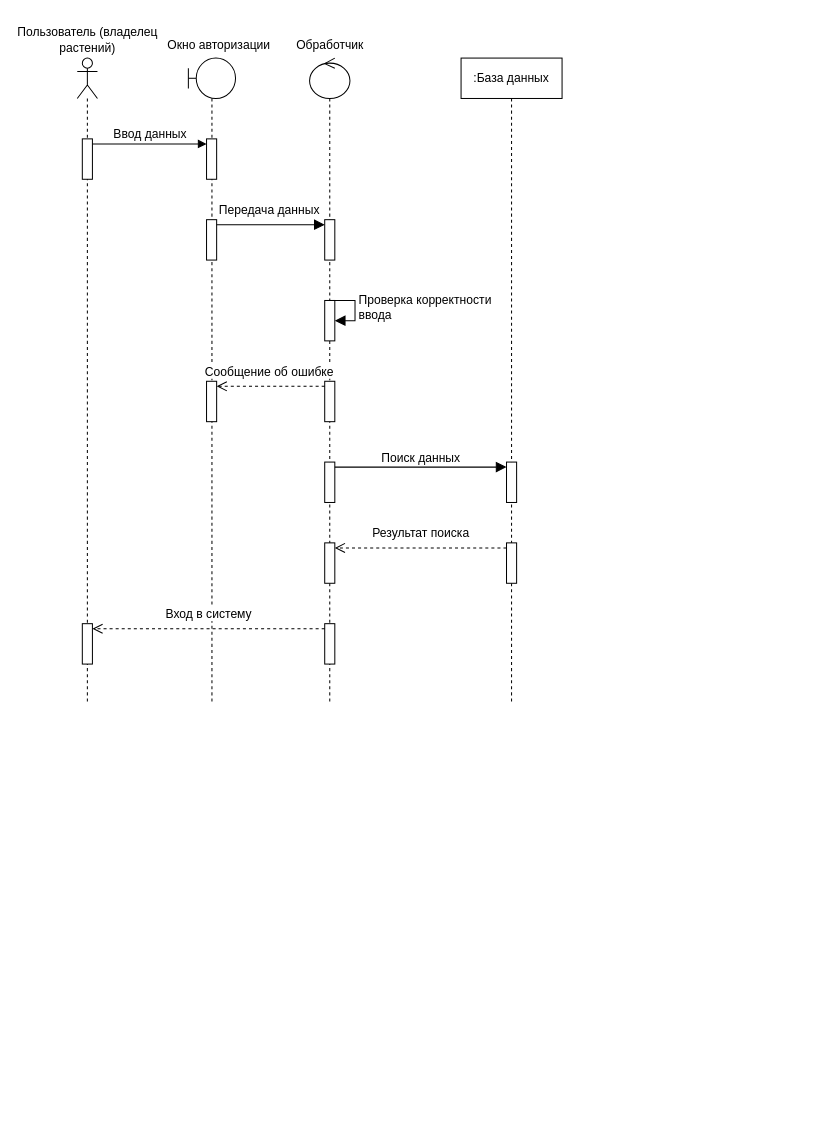
This is UML-диаграммы/Posledovatelnosti.drawio from BLOODPR1NCE/PlantDoctor, a draw.io file, before an edit. Source tidied: cells renumbered, new cells numbered last; positions are measured from the earlier drawing's top-left corner, leaving out a move shared by most shapes. Both pictures are drawn from the tidied source at 101%, with x=0, y=0 at pixel (36, 21).
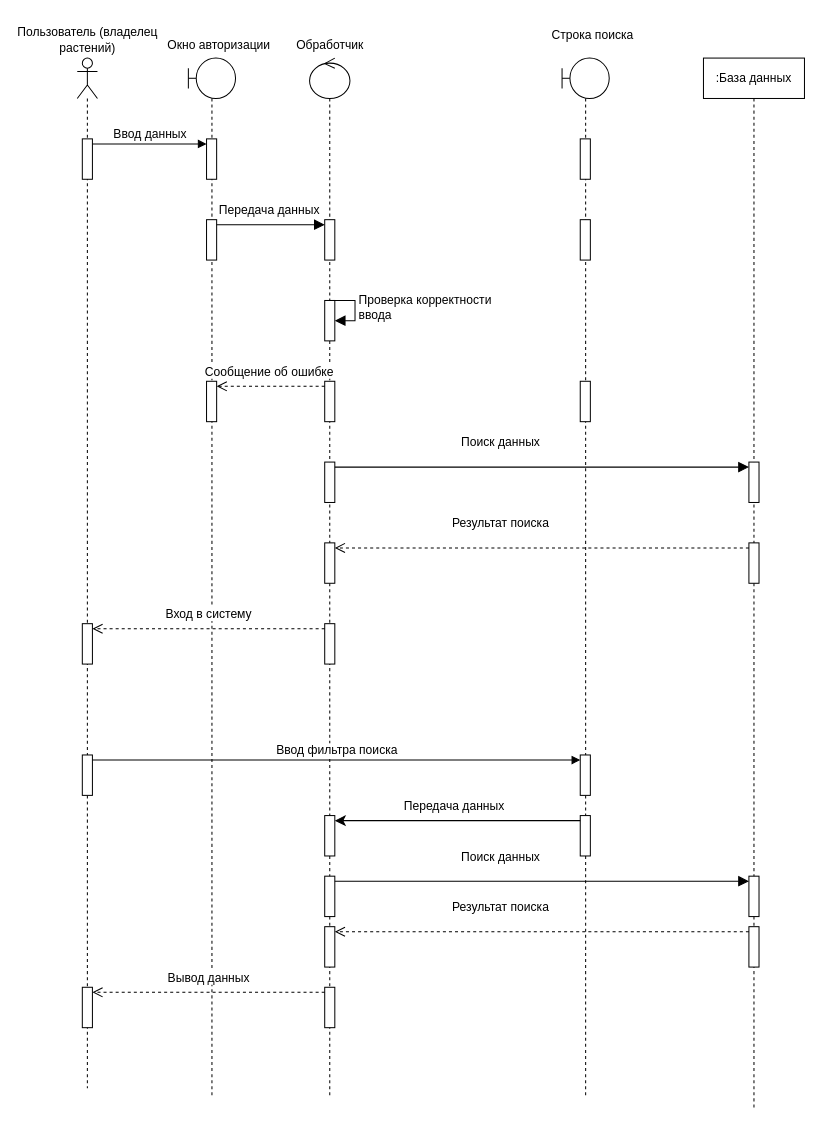
The same page after the edit.

Unchanged cells that the change refers to:
```xml
<mxCell id="15" style="html=1;points=[[0,0,0,0,5],[0,1,0,0,-5],[1,0,0,0,5],[1,1,0,0,-5]];perimeter=orthogonalPerimeter;outlineConnect=0;targetShapes=umlLifeline;portConstraint=eastwest;newEdgeStyle={&quot;curved&quot;:0,&quot;rounded&quot;:0};" parent="10" vertex="1">
  <mxGeometry x="15" y="400" width="10" height="40" as="geometry" />
</mxCell>
<mxCell id="16" style="html=1;points=[[0,0,0,0,5],[0,1,0,0,-5],[1,0,0,0,5],[1,1,0,0,-5]];perimeter=orthogonalPerimeter;outlineConnect=0;targetShapes=umlLifeline;portConstraint=eastwest;newEdgeStyle={&quot;curved&quot;:0,&quot;rounded&quot;:0};" parent="10" vertex="1">
  <mxGeometry x="15" y="480" width="10" height="40" as="geometry" />
</mxCell>
<mxCell id="21" style="html=1;points=[[0,0,0,0,5],[0,1,0,0,-5],[1,0,0,0,5],[1,1,0,0,-5]];perimeter=orthogonalPerimeter;outlineConnect=0;targetShapes=umlLifeline;portConstraint=eastwest;newEdgeStyle={&quot;curved&quot;:0,&quot;rounded&quot;:0};" parent="20" vertex="1">
  <mxGeometry x="45" y="400" width="10" height="40" as="geometry" />
</mxCell>
<mxCell id="22" style="html=1;points=[[0,0,0,0,5],[0,1,0,0,-5],[1,0,0,0,5],[1,1,0,0,-5]];perimeter=orthogonalPerimeter;outlineConnect=0;targetShapes=umlLifeline;portConstraint=eastwest;newEdgeStyle={&quot;curved&quot;:0,&quot;rounded&quot;:0};" parent="20" vertex="1">
  <mxGeometry x="45" y="480" width="10" height="40" as="geometry" />
</mxCell>
```

The edit, as a diff of the source:
```diff
@@
     <mxCell id="2" style="shape=umlLifeline;perimeter=lifelinePerimeter;whiteSpace=wrap;html=1;newEdgeStyle={&quot;curved&quot;:0,&quot;rounded&quot;:0};participant=umlActor;" parent="1" vertex="1">
-      <mxGeometry x="40" y="36" width="20" height="640" as="geometry" />
+      <mxGeometry x="40" y="36" width="20" height="1020" as="geometry" />
     </mxCell>
@@
+    <mxCell id="29" style="html=1;points=[[0,0,0,0,5],[0,1,0,0,-5],[1,0,0,0,5],[1,1,0,0,-5]];perimeter=orthogonalPerimeter;outlineConnect=0;targetShapes=umlLifeline;portConstraint=eastwest;newEdgeStyle={&quot;curved&quot;:0,&quot;rounded&quot;:0};" parent="2" vertex="1">
+      <mxGeometry x="5" y="690" width="10" height="40" as="geometry" />
+    </mxCell>
     <mxCell id="5" style="shape=umlLifeline;perimeter=lifelinePerimeter;whiteSpace=wrap;html=1;newEdgeStyle={&quot;curved&quot;:0,&quot;rounded&quot;:0};participant=umlBoundary;" parent="1" vertex="1">
-      <mxGeometry x="150" y="36" width="46.7" height="640" as="geometry" />
+      <mxGeometry x="150" y="36" width="46.7" height="1030" as="geometry" />
     </mxCell>
@@
     <mxCell id="10" style="shape=umlLifeline;perimeter=lifelinePerimeter;whiteSpace=wrap;html=1;outlineConnect=0;portConstraint=eastwest;newEdgeStyle={&quot;curved&quot;:0,&quot;rounded&quot;:0};participant=umlControl;" parent="1" vertex="1">
-      <mxGeometry x="270" y="36" width="40" height="640" as="geometry" />
+      <mxGeometry x="270" y="36" width="40" height="1030" as="geometry" />
     </mxCell>
@@
+    <mxCell id="30" style="html=1;points=[[0,0,0,0,5],[0,1,0,0,-5],[1,0,0,0,5],[1,1,0,0,-5]];perimeter=orthogonalPerimeter;outlineConnect=0;targetShapes=umlLifeline;portConstraint=eastwest;newEdgeStyle={&quot;curved&quot;:0,&quot;rounded&quot;:0};" parent="10" vertex="1">
+      <mxGeometry x="15" y="750" width="10" height="40" as="geometry" />
+    </mxCell>
@@
     <mxCell id="20" value=":База данных" style="shape=umlLifeline;perimeter=lifelinePerimeter;whiteSpace=wrap;html=1;newEdgeStyle={&quot;curved&quot;:0,&quot;rounded&quot;:0};" parent="1" vertex="1">
-      <mxGeometry x="420" y="36" width="100" height="640" as="geometry" />
+      <mxGeometry x="660" y="36" width="100" height="1040" as="geometry" />
     </mxCell>
@@
+    <mxCell id="31" style="html=1;points=[[0,0,0,0,5],[0,1,0,0,-5],[1,0,0,0,5],[1,1,0,0,-5]];perimeter=orthogonalPerimeter;outlineConnect=0;targetShapes=umlLifeline;portConstraint=eastwest;newEdgeStyle={&quot;curved&quot;:0,&quot;rounded&quot;:0};" parent="20" vertex="1">
+      <mxGeometry x="-375" y="810" width="10" height="40" as="geometry" />
+    </mxCell>
+    <mxCell id="32" style="html=1;points=[[0,0,0,0,5],[0,1,0,0,-5],[1,0,0,0,5],[1,1,0,0,-5]];perimeter=orthogonalPerimeter;outlineConnect=0;targetShapes=umlLifeline;portConstraint=eastwest;newEdgeStyle={&quot;curved&quot;:0,&quot;rounded&quot;:0};" parent="20" vertex="1">
+      <mxGeometry x="-375" y="860" width="10" height="40" as="geometry" />
+    </mxCell>
+    <mxCell id="33" style="html=1;points=[[0,0,0,0,5],[0,1,0,0,-5],[1,0,0,0,5],[1,1,0,0,-5]];perimeter=orthogonalPerimeter;outlineConnect=0;targetShapes=umlLifeline;portConstraint=eastwest;newEdgeStyle={&quot;curved&quot;:0,&quot;rounded&quot;:0};" parent="20" vertex="1">
+      <mxGeometry x="-615" y="920" width="10" height="40" as="geometry" />
+    </mxCell>
+    <mxCell id="34" style="html=1;points=[[0,0,0,0,5],[0,1,0,0,-5],[1,0,0,0,5],[1,1,0,0,-5]];perimeter=orthogonalPerimeter;outlineConnect=0;targetShapes=umlLifeline;portConstraint=eastwest;newEdgeStyle={&quot;curved&quot;:0,&quot;rounded&quot;:0};" parent="20" vertex="1">
+      <mxGeometry x="-375" y="920" width="10" height="40" as="geometry" />
+    </mxCell>
+    <mxCell id="35" value="Вывод данных" style="html=1;verticalAlign=bottom;endArrow=open;dashed=1;endSize=8;curved=0;rounded=0;fontSize=12;exitX=0;exitY=0;exitDx=0;exitDy=5;exitPerimeter=0;entryX=1;entryY=0;entryDx=0;entryDy=5;entryPerimeter=0;" parent="20" edge="1" source="34" target="33">
+      <mxGeometry y="-5" relative="1" as="geometry" />
+    </mxCell>
+    <mxCell id="36" style="html=1;points=[[0,0,0,0,5],[0,1,0,0,-5],[1,0,0,0,5],[1,1,0,0,-5]];perimeter=orthogonalPerimeter;outlineConnect=0;targetShapes=umlLifeline;portConstraint=eastwest;newEdgeStyle={&quot;curved&quot;:0,&quot;rounded&quot;:0};" parent="20" vertex="1">
+      <mxGeometry x="45" y="810" width="10" height="40" as="geometry" />
+    </mxCell>
+    <mxCell id="37" style="html=1;points=[[0,0,0,0,5],[0,1,0,0,-5],[1,0,0,0,5],[1,1,0,0,-5]];perimeter=orthogonalPerimeter;outlineConnect=0;targetShapes=umlLifeline;portConstraint=eastwest;newEdgeStyle={&quot;curved&quot;:0,&quot;rounded&quot;:0};" parent="20" vertex="1">
+      <mxGeometry x="45" y="860" width="10" height="40" as="geometry" />
+    </mxCell>
+    <mxCell id="38" value="Поиск данных" style="html=1;verticalAlign=bottom;endArrow=block;curved=0;rounded=0;entryX=0;entryY=0;entryDx=0;entryDy=5;fontSize=12;startSize=8;endSize=8;" parent="20" edge="1" source="31" target="36">
+      <mxGeometry x="-0.2" y="15" relative="1" as="geometry" />
+    </mxCell>
+    <mxCell id="39" value="Результат поиска" style="html=1;verticalAlign=bottom;endArrow=open;dashed=1;endSize=8;curved=0;rounded=0;exitX=0;exitY=0;exitDx=0;exitDy=5;fontSize=12;entryX=1;entryY=0;entryDx=0;entryDy=5;entryPerimeter=0;exitPerimeter=0;" parent="20" edge="1" source="37" target="32">
+      <mxGeometry x="0.2" y="-15" relative="1" as="geometry" />
+    </mxCell>
     <mxCell id="23" value="Поиск данных" style="html=1;verticalAlign=bottom;endArrow=block;curved=0;rounded=0;entryX=0;entryY=0;entryDx=0;entryDy=5;fontSize=12;startSize=8;endSize=8;" parent="1" edge="1" source="15" target="21">
-      <mxGeometry relative="1" as="geometry" />
+      <mxGeometry x="-0.2" y="15" relative="1" as="geometry" />
     </mxCell>
     <mxCell id="24" value="Результат поиска" style="html=1;verticalAlign=bottom;endArrow=open;dashed=1;endSize=8;curved=0;rounded=0;exitX=0;exitY=0;exitDx=0;exitDy=5;fontSize=12;entryX=1;entryY=0;entryDx=0;entryDy=5;entryPerimeter=0;exitPerimeter=0;" parent="1" edge="1" source="22" target="16">
-      <mxGeometry y="-5" relative="1" as="geometry" />
+      <mxGeometry x="0.2" y="-15" relative="1" as="geometry" />
     </mxCell>
@@
+    <mxCell id="40" style="shape=umlLifeline;perimeter=lifelinePerimeter;whiteSpace=wrap;html=1;newEdgeStyle={&quot;curved&quot;:0,&quot;rounded&quot;:0};participant=umlBoundary;" parent="1" vertex="1">
+      <mxGeometry x="520" y="36" width="46.7" height="1030" as="geometry" />
+    </mxCell>
+    <mxCell id="41" style="html=1;perimeter=orthogonalPerimeter;targetShapes=umlLifeline;newEdgeStyle={&quot;curved&quot;:0,&quot;rounded&quot;:0};" parent="40" vertex="1">
+      <mxGeometry x="18" y="80" width="10" height="40" as="geometry" />
+    </mxCell>
+    <mxCell id="42" style="html=1;perimeter=orthogonalPerimeter;targetShapes=umlLifeline;newEdgeStyle={&quot;curved&quot;:0,&quot;rounded&quot;:0};" parent="40" vertex="1">
+      <mxGeometry x="18" y="320" width="10" height="40" as="geometry" />
+    </mxCell>
+    <mxCell id="43" style="html=1;perimeter=orthogonalPerimeter;targetShapes=umlLifeline;newEdgeStyle={&quot;curved&quot;:0,&quot;rounded&quot;:0};" parent="40" vertex="1">
+      <mxGeometry x="18" y="160" width="10" height="40" as="geometry" />
+    </mxCell>
+    <mxCell id="44" style="html=1;points=[[0,0,0,0,5],[0,1,0,0,-5],[1,0,0,0,5],[1,1,0,0,-5]];perimeter=orthogonalPerimeter;outlineConnect=0;targetShapes=umlLifeline;portConstraint=eastwest;newEdgeStyle={&quot;curved&quot;:0,&quot;rounded&quot;:0};" parent="40" vertex="1">
+      <mxGeometry x="18" y="690" width="10" height="40" as="geometry" />
+    </mxCell>
+    <mxCell id="45" value="&lt;span style=&quot;font-weight: 400;&quot;&gt;Строка поиска&lt;/span&gt;" style="text;align=center;fontStyle=1;verticalAlign=middle;spacingLeft=3;spacingRight=3;strokeColor=none;html=1;" parent="1" vertex="1">
+      <mxGeometry x="500" y="-4" width="100" height="36" as="geometry" />
+    </mxCell>
+    <mxCell id="46" value="Ввод фильтра поиска" style="html=1;verticalAlign=bottom;startArrow=none;endArrow=block;startSize=8;curved=0;rounded=0;entryX=0;entryY=0;entryDx=0;entryDy=5;fontSize=12;startFill=0;" parent="1" edge="1" source="29" target="44">
+      <mxGeometry relative="1" as="geometry" />
+    </mxCell>
+    <mxCell id="47" style="html=1;points=[[0,0,0,0,5],[0,1,0,0,-5],[1,0,0,0,5],[1,1,0,0,-5]];perimeter=orthogonalPerimeter;outlineConnect=0;targetShapes=umlLifeline;portConstraint=eastwest;newEdgeStyle={&quot;curved&quot;:0,&quot;rounded&quot;:0};" parent="1" vertex="1">
+      <mxGeometry x="538" y="786" width="10" height="40" as="geometry" />
+    </mxCell>
+    <mxCell id="48" value="Передача данных" style="html=1;verticalAlign=bottom;endArrow=none;curved=0;rounded=0;entryX=0;entryY=0;entryDx=0;entryDy=5;fontSize=12;startSize=8;endSize=8;startArrow=classic;startFill=1;endFill=0;" parent="1" edge="1" source="30" target="47">
+      <mxGeometry x="-0.03" y="5" relative="1" as="geometry" />
+    </mxCell>
```
